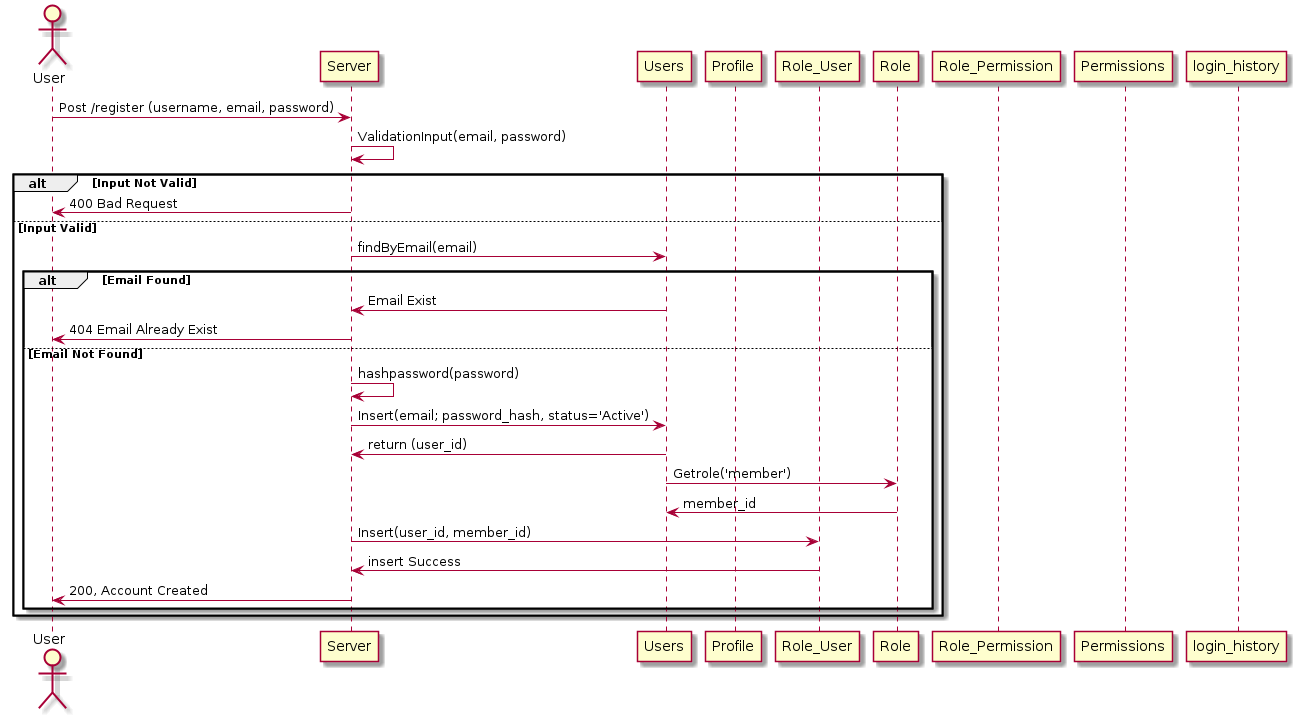
Before: Doc_Stu/Diagrams/Sequence/auth/register.png, a diagram exported from PlantUML (AbdelazizBenallou/Quickattend). Its source is kept beside it as Doc_Stu/Diagrams/Sequence/auth/register.puml. Source of this version:
```plantuml
@startuml
actor User as user

participant "Server" as server
participant "Users" as users
participant "Profile" as profile
participant "Role_User" as role_user
participant "Role" as role
participant "Role_Permission" as role_permission
participant "Permissions" as permissions
participant "login_history" as login_history


user -> server: Post /register (username, email, password)
server -> server: ValidationInput(email, password)
alt Input Not Valid
    server -> user: 400 Bad Request
else Input Valid
    server -> users: findByEmail(email)
    alt Email Found
        users -> server: Email Exist
        server -> user: 404 Email Already Exist
    else Email Not Found
        server -> server: hashpassword(password)
        server -> users: Insert(email; password_hash, status='Active')
        users -> server: return (user_id)
        users -> role: Getrole('member')
        role -> users: member_id
        server -> role_user: Insert(user_id, member_id)
        role_user -> server: insert Success

        server -> user: 200, Account Created
    end

end




@enduml
```
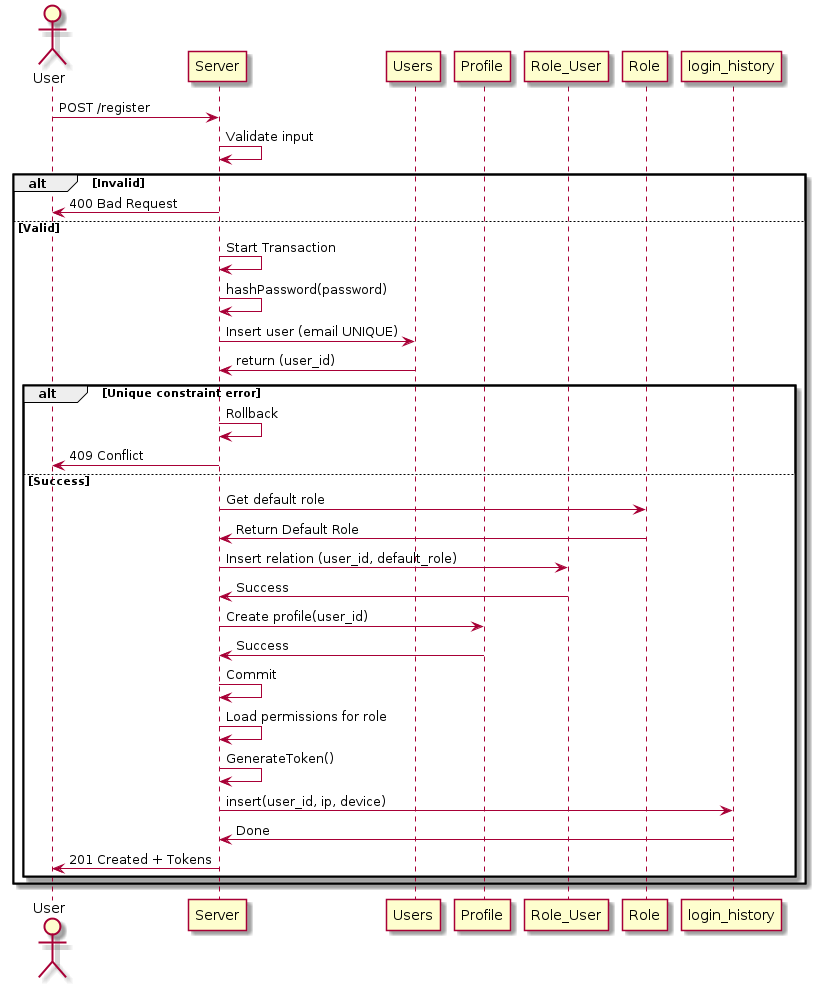
After the commit.

What changed in the source:
```diff
@@ -1,40 +1,53 @@
 @startuml
-actor User as user
+actor User as User
 
-participant "Server" as server
-participant "Users" as users
-participant "Profile" as profile
-participant "Role_User" as role_user
-participant "Role" as role
-participant "Role_Permission" as role_permission
-participant "Permissions" as permissions
+participant "Server" as Server
+participant "Users" as Users
+participant "Profile" as Profile
+participant "Role_User" as Role_User
+participant "Role" as Role
 participant "login_history" as login_history
 
+User -> Server: POST /register
 
-user -> server: Post /register (username, email, password)
-server -> server: ValidationInput(email, password)
-alt Input Not Valid
-    server -> user: 400 Bad Request
-else Input Valid
-    server -> users: findByEmail(email)
-    alt Email Found
-        users -> server: Email Exist
-        server -> user: 404 Email Already Exist
-    else Email Not Found
-        server -> server: hashpassword(password)
-        server -> users: Insert(email; password_hash, status='Active')
-        users -> server: return (user_id)
-        users -> role: Getrole('member')
-        role -> users: member_id
-        server -> role_user: Insert(user_id, member_id)
-        role_user -> server: insert Success
+Server -> Server: Validate input
+alt Invalid
+    Server -> User: 400 Bad Request
+else Valid
 
-        server -> user: 200, Account Created
+    Server -> Server: Start Transaction
+
+    Server -> Server: hashPassword(password)
+
+    Server -> Users: Insert user (email UNIQUE)
+    Users -> Server: return (user_id)
+
+    alt Unique constraint error
+        Server -> Server: Rollback
+        Server -> User: 409 Conflict
+    else Success
+
+        Server -> Role: Get default role
+        Role -> Server: Return Default Role
+
+        Server -> Role_User: Insert relation (user_id, default_role)
+        Role_User -> Server: Success
+
+
+        Server -> Profile: Create profile(user_id)
+        Profile -> Server: Success
+
+        Server -> Server: Commit
+
+        Server -> Server: Load permissions for role
+        Server -> Server: GenerateToken()
+
+        Server -> login_history: insert(user_id, ip, device)
+        login_history -> Server: Done
+
+        Server -> User: 201 Created + Tokens
     end
-
 end
 
 
-
-
 @enduml
```
